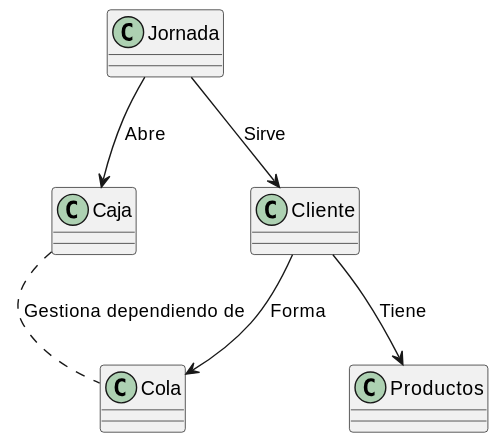
Earlier version of the PlantUML export images/modelosUML/diagramaClases.svg (mmasias/24-25-IdSw2-SDD). The source it was exported from:
```plantuml
@startuml
class Jornada {
}
class Caja {
}
class Cola {
}
class Productos {
}

Jornada --> Caja : "Abre"
Jornada --> Cliente : "Sirve"
Cliente --> Productos : "Tiene"
Cliente --> Cola : "Forma"
Caja .. Cola : "Gestiona dependiendo de"
@enduml
```
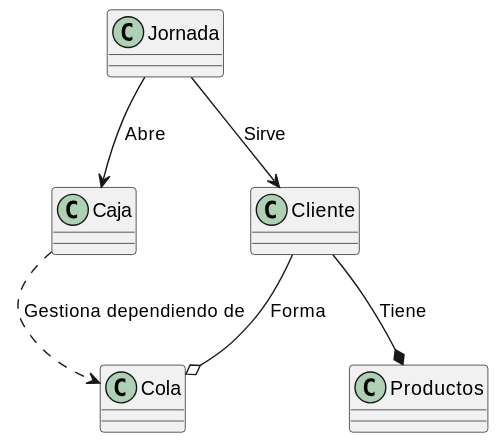
Above is the later version.

Diff of the diagram source:
```diff
@@ -5,12 +5,14 @@
 }
 class Cola {
 }
+class Cliente {
+}
 class Productos {
 }
 
 Jornada --> Caja : "Abre"
 Jornada --> Cliente : "Sirve"
-Cliente --> Productos : "Tiene"
-Cliente --> Cola : "Forma"
-Caja .. Cola : "Gestiona dependiendo de"
+Cliente --* Productos : "Tiene"
+Cliente --o Cola : "Forma"
+Caja ..> Cola : "Gestiona dependiendo de"
 @enduml
```
